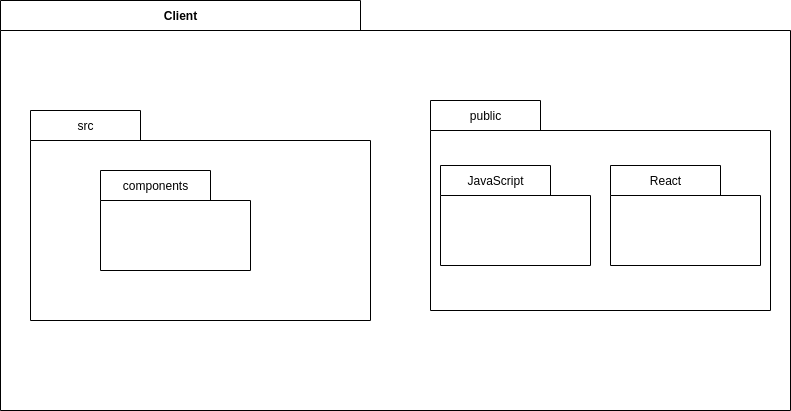
This is docs/assets/images/DiagramaFrontend.png from OrcestraGamificacao/flinqFlo-docs, a draw.io export, as it was before one commit. Source tidied: cells renumbered, new cells last; positions are measured from the earlier drawing's top-left corner, leaving out a move shared by most shapes. Its diagram source:
```xml
<mxGraphModel>
  <root>
    <mxCell id="0" />
    <mxCell id="1" parent="0" />
    <mxCell id="2" value="Client" style="shape=folder;fontStyle=1;tabWidth=360;tabHeight=30;tabPosition=left;html=1;boundedLbl=1;labelInHeader=1;" parent="1" vertex="1">
      <mxGeometry width="790" height="410" as="geometry" />
    </mxCell>
    <mxCell id="3" value="&lt;span style=&quot;font-weight: normal&quot;&gt;src&lt;/span&gt;" style="shape=folder;fontStyle=1;tabWidth=110;tabHeight=30;tabPosition=left;html=1;boundedLbl=1;labelInHeader=1;" parent="1" vertex="1">
      <mxGeometry x="30" y="110" width="340" height="210" as="geometry" />
    </mxCell>
    <mxCell id="4" value="&lt;span style=&quot;font-weight: normal&quot;&gt;components&lt;/span&gt;" style="shape=folder;fontStyle=1;tabWidth=110;tabHeight=30;tabPosition=left;html=1;boundedLbl=1;labelInHeader=1;" parent="1" vertex="1">
      <mxGeometry x="100" y="170" width="150" height="100" as="geometry" />
    </mxCell>
    <mxCell id="5" value="&lt;span style=&quot;font-weight: normal&quot;&gt;public&lt;/span&gt;" style="shape=folder;fontStyle=1;tabWidth=110;tabHeight=30;tabPosition=left;html=1;boundedLbl=1;labelInHeader=1;" parent="1" vertex="1">
      <mxGeometry x="430" y="100" width="340" height="210" as="geometry" />
    </mxCell>
    <mxCell id="6" value="&lt;span style=&quot;font-weight: normal&quot;&gt;JavaScript&lt;/span&gt;" style="shape=folder;fontStyle=1;tabWidth=110;tabHeight=30;tabPosition=left;html=1;boundedLbl=1;labelInHeader=1;" parent="1" vertex="1">
      <mxGeometry x="440" y="165" width="150" height="100" as="geometry" />
    </mxCell>
    <mxCell id="7" value="&lt;span style=&quot;font-weight: normal&quot;&gt;React&lt;/span&gt;" style="shape=folder;fontStyle=1;tabWidth=110;tabHeight=30;tabPosition=left;html=1;boundedLbl=1;labelInHeader=1;" parent="1" vertex="1">
      <mxGeometry x="610" y="165" width="150" height="100" as="geometry" />
    </mxCell>
  </root>
</mxGraphModel>
```
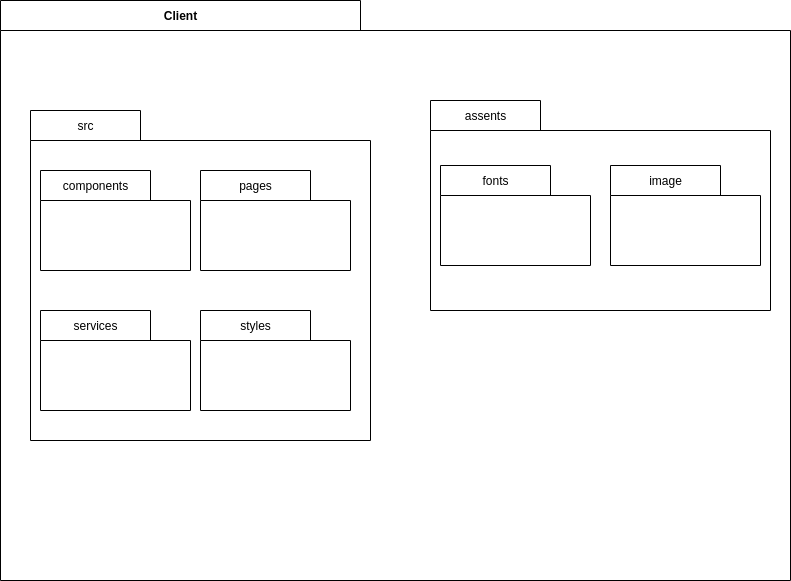
Later version of the same file.

Commit message:
Crianção do Diagrama Frontend

Change to the diagram source:
```diff
@@ -3,22 +3,31 @@
     <mxCell id="0" />
     <mxCell id="1" parent="0" />
     <mxCell id="2" value="Client" style="shape=folder;fontStyle=1;tabWidth=360;tabHeight=30;tabPosition=left;html=1;boundedLbl=1;labelInHeader=1;" parent="1" vertex="1">
-      <mxGeometry width="790" height="410" as="geometry" />
+      <mxGeometry width="790" height="580" as="geometry" />
     </mxCell>
     <mxCell id="3" value="&lt;span style=&quot;font-weight: normal&quot;&gt;src&lt;/span&gt;" style="shape=folder;fontStyle=1;tabWidth=110;tabHeight=30;tabPosition=left;html=1;boundedLbl=1;labelInHeader=1;" parent="1" vertex="1">
-      <mxGeometry x="30" y="110" width="340" height="210" as="geometry" />
+      <mxGeometry x="30" y="110" width="340" height="330" as="geometry" />
     </mxCell>
     <mxCell id="4" value="&lt;span style=&quot;font-weight: normal&quot;&gt;components&lt;/span&gt;" style="shape=folder;fontStyle=1;tabWidth=110;tabHeight=30;tabPosition=left;html=1;boundedLbl=1;labelInHeader=1;" parent="1" vertex="1">
-      <mxGeometry x="100" y="170" width="150" height="100" as="geometry" />
+      <mxGeometry x="40" y="170" width="150" height="100" as="geometry" />
     </mxCell>
-    <mxCell id="5" value="&lt;span style=&quot;font-weight: normal&quot;&gt;public&lt;/span&gt;" style="shape=folder;fontStyle=1;tabWidth=110;tabHeight=30;tabPosition=left;html=1;boundedLbl=1;labelInHeader=1;" parent="1" vertex="1">
+    <mxCell id="5" value="&lt;span style=&quot;font-weight: normal&quot;&gt;assents&lt;/span&gt;" style="shape=folder;fontStyle=1;tabWidth=110;tabHeight=30;tabPosition=left;html=1;boundedLbl=1;labelInHeader=1;" parent="1" vertex="1">
       <mxGeometry x="430" y="100" width="340" height="210" as="geometry" />
     </mxCell>
-    <mxCell id="6" value="&lt;span style=&quot;font-weight: normal&quot;&gt;JavaScript&lt;/span&gt;" style="shape=folder;fontStyle=1;tabWidth=110;tabHeight=30;tabPosition=left;html=1;boundedLbl=1;labelInHeader=1;" parent="1" vertex="1">
+    <mxCell id="6" value="&lt;span style=&quot;font-weight: 400&quot;&gt;fonts&lt;/span&gt;" style="shape=folder;fontStyle=1;tabWidth=110;tabHeight=30;tabPosition=left;html=1;boundedLbl=1;labelInHeader=1;" parent="1" vertex="1">
       <mxGeometry x="440" y="165" width="150" height="100" as="geometry" />
     </mxCell>
-    <mxCell id="7" value="&lt;span style=&quot;font-weight: normal&quot;&gt;React&lt;/span&gt;" style="shape=folder;fontStyle=1;tabWidth=110;tabHeight=30;tabPosition=left;html=1;boundedLbl=1;labelInHeader=1;" parent="1" vertex="1">
+    <mxCell id="7" value="&lt;span style=&quot;font-weight: normal&quot;&gt;image&lt;/span&gt;" style="shape=folder;fontStyle=1;tabWidth=110;tabHeight=30;tabPosition=left;html=1;boundedLbl=1;labelInHeader=1;" parent="1" vertex="1">
       <mxGeometry x="610" y="165" width="150" height="100" as="geometry" />
     </mxCell>
+    <mxCell id="8" value="&lt;span style=&quot;font-weight: 400&quot;&gt;pages&lt;/span&gt;" style="shape=folder;fontStyle=1;tabWidth=110;tabHeight=30;tabPosition=left;html=1;boundedLbl=1;labelInHeader=1;" parent="1" vertex="1">
+      <mxGeometry x="200" y="170" width="150" height="100" as="geometry" />
+    </mxCell>
+    <mxCell id="9" value="&lt;span style=&quot;font-weight: normal&quot;&gt;services&lt;/span&gt;" style="shape=folder;fontStyle=1;tabWidth=110;tabHeight=30;tabPosition=left;html=1;boundedLbl=1;labelInHeader=1;" parent="1" vertex="1">
+      <mxGeometry x="40" y="310" width="150" height="100" as="geometry" />
+    </mxCell>
+    <mxCell id="10" value="&lt;span style=&quot;font-weight: normal&quot;&gt;styles&lt;/span&gt;" style="shape=folder;fontStyle=1;tabWidth=110;tabHeight=30;tabPosition=left;html=1;boundedLbl=1;labelInHeader=1;" parent="1" vertex="1">
+      <mxGeometry x="200" y="310" width="150" height="100" as="geometry" />
+    </mxCell>
   </root>
 </mxGraphModel>
```
